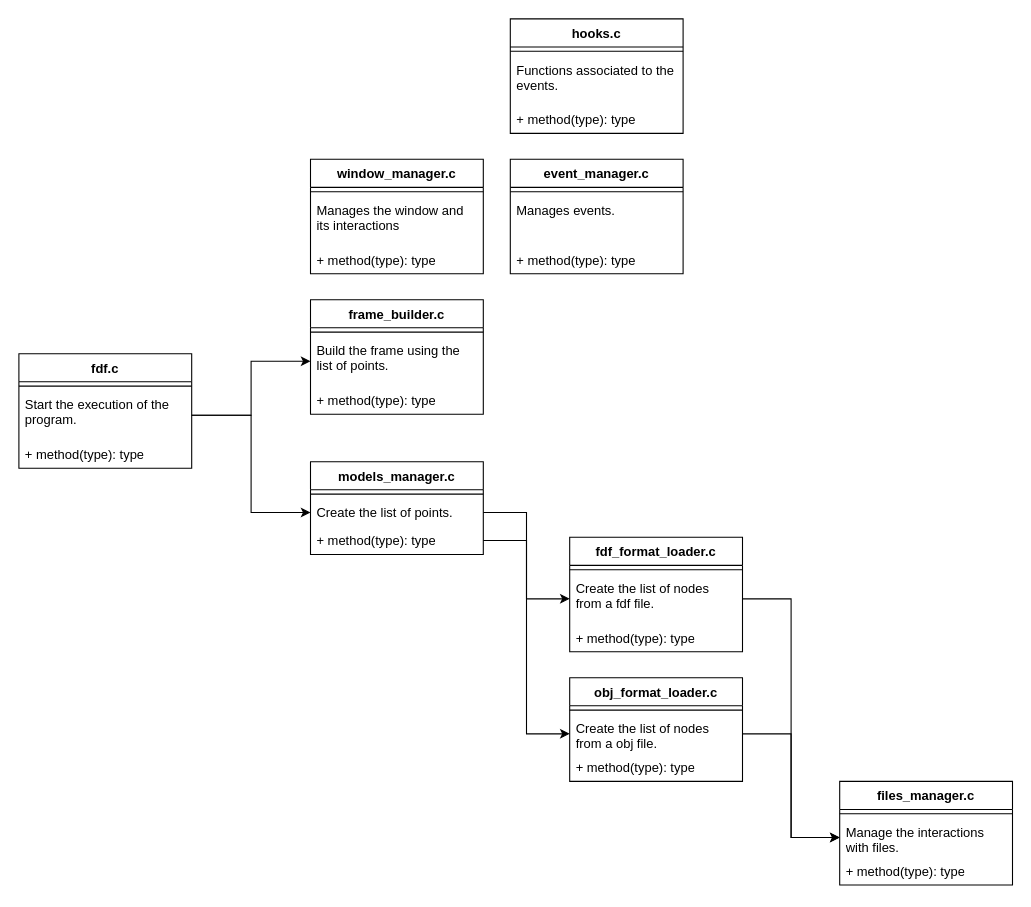
The draw.io diagram page "classes" (3 of 3) of Untitled Diagram.drawio in nythocampos/42_code, before the edit. Source tidied: cells renumbered, new cells numbered last; positions are measured from the earlier drawing's top-left corner, leaving out a move shared by most shapes. Both pictures are drawn from the tidied source at 108%, with x=0, y=0 at pixel (18, 18).
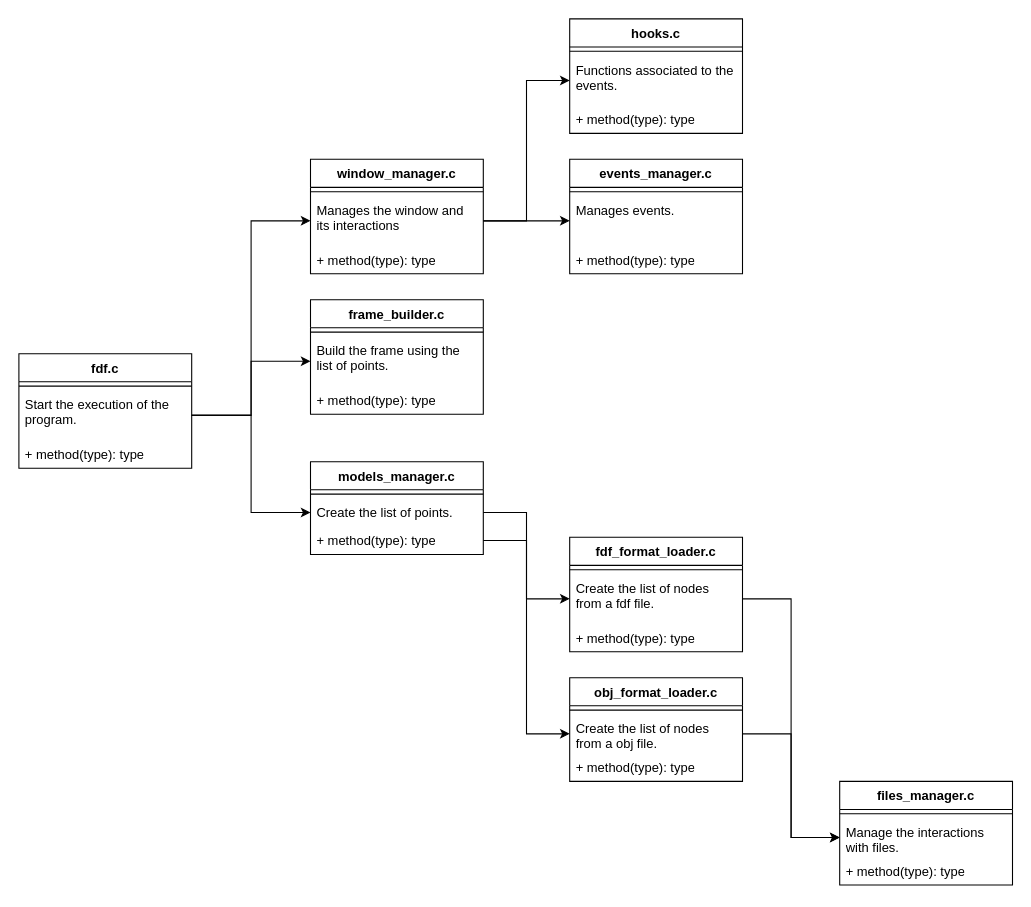
After the change.

Unchanged cells that the change refers to:
```xml
<mxCell id="12" value="Start the execution of the program." style="text;strokeColor=none;fillColor=none;align=left;verticalAlign=top;spacingLeft=4;spacingRight=4;overflow=hidden;points=[[0,0.5],[1,0.5]];portConstraint=eastwest;whiteSpace=wrap;html=1;" parent="10" vertex="1">
  <mxGeometry y="34" width="160" height="46" as="geometry" />
</mxCell>
<mxCell id="34" value="Manages the window and its interactions" style="text;strokeColor=none;fillColor=none;align=left;verticalAlign=top;spacingLeft=4;spacingRight=4;overflow=hidden;points=[[0,0.5],[1,0.5]];portConstraint=eastwest;whiteSpace=wrap;html=1;" parent="32" vertex="1">
  <mxGeometry y="34" width="160" height="46" as="geometry" />
</mxCell>
<mxCell id="38" value="Functions associated to the events." style="text;strokeColor=none;fillColor=none;align=left;verticalAlign=top;spacingLeft=4;spacingRight=4;overflow=hidden;points=[[0,0.5],[1,0.5]];portConstraint=eastwest;whiteSpace=wrap;html=1;" parent="36" vertex="1">
  <mxGeometry y="34" width="160" height="46" as="geometry" />
</mxCell>
<mxCell id="42" value="Manages events." style="text;strokeColor=none;fillColor=none;align=left;verticalAlign=top;spacingLeft=4;spacingRight=4;overflow=hidden;points=[[0,0.5],[1,0.5]];portConstraint=eastwest;whiteSpace=wrap;html=1;" parent="40" vertex="1">
  <mxGeometry y="34" width="160" height="46" as="geometry" />
</mxCell>
```

Change to the diagram source:
```diff
@@
     <mxCell id="36" value="hooks.c" style="swimlane;fontStyle=1;align=center;verticalAlign=top;horizontal=1;startSize=26;whiteSpace=wrap;html=1;" parent="1" vertex="1">
-      <mxGeometry x="455" width="160" height="106" as="geometry" />
+      <mxGeometry x="510" width="160" height="106" as="geometry" />
     </mxCell>
@@
-    <mxCell id="40" value="event_manager.c" style="swimlane;fontStyle=1;align=center;verticalAlign=top;horizontal=1;startSize=26;whiteSpace=wrap;html=1;" parent="1" vertex="1">
-      <mxGeometry x="455" y="130" width="160" height="106" as="geometry" />
+    <mxCell id="40" value="events_manager.c" style="swimlane;fontStyle=1;align=center;verticalAlign=top;horizontal=1;startSize=26;whiteSpace=wrap;html=1;" parent="1" vertex="1">
+      <mxGeometry x="510" y="130" width="160" height="106" as="geometry" />
     </mxCell>
@@
+    <mxCell id="44" style="edgeStyle=orthogonalEdgeStyle;rounded=0;jettySize=auto;html=1;exitX=1;exitY=0.5;exitDx=0;exitDy=0;" parent="1" edge="1" source="12" target="34">
+      <mxGeometry relative="1" as="geometry" />
+    </mxCell>
+    <mxCell id="45" style="edgeStyle=orthogonalEdgeStyle;rounded=0;jettySize=auto;html=1;exitX=1;exitY=0.5;exitDx=0;exitDy=0;" parent="1" edge="1" source="34" target="42">
+      <mxGeometry relative="1" as="geometry" />
+    </mxCell>
+    <mxCell id="46" style="edgeStyle=orthogonalEdgeStyle;rounded=0;jettySize=auto;html=1;exitX=1;exitY=0.5;exitDx=0;exitDy=0;" parent="1" edge="1" source="34" target="38">
+      <mxGeometry relative="1" as="geometry" />
+    </mxCell>
```
